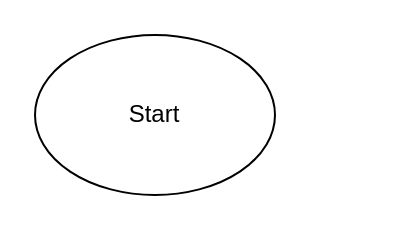
Earlier version of the draw.io diagram src/main/Categorization Process.drawio (AKing982/BudgetBuddy). Source tidied: cells renumbered, new cells numbered last; positions are measured from the earlier drawing's top-left corner, leaving out a move shared by most shapes. Both pictures are drawn from the tidied source at 200%, with x=0, y=0 at pixel (34, 34).
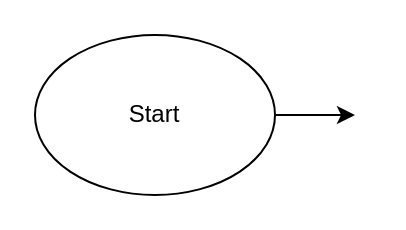
After the change.

The edit, as a diff of the source:
```diff
@@
 <mxGraphModel>
   <root>
     <mxCell id="0" />
     <mxCell id="1" parent="0" />
     <mxCell id="2" value="Start" style="ellipse;whiteSpace=wrap;html=1;" parent="1" vertex="1">
       <mxGeometry width="120" height="80" as="geometry" />
     </mxCell>
+    <mxCell id="3" style="endArrow=classic;html=1;rounded=0;exitX=1;exitY=0.5;exitDx=0;exitDy=0;" parent="1" edge="1" source="2">
+      <mxGeometry relative="1" as="geometry">
+        <mxPoint x="160" y="40" as="targetPoint" />
+      </mxGeometry>
+    </mxCell>
   </root>
 </mxGraphModel>
```
